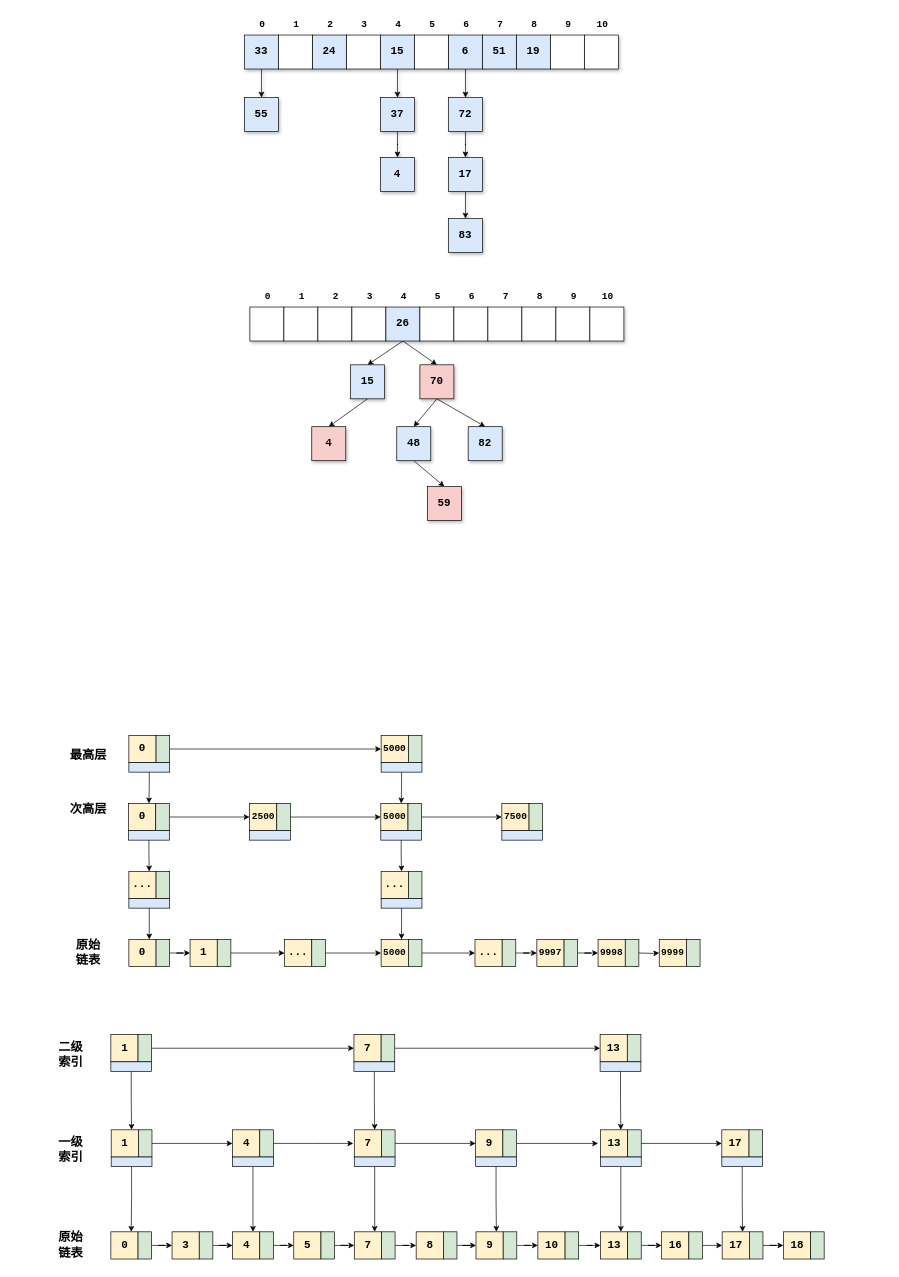
This is algorithm.drawio from Ocsio/draw-io, a draw.io file, before an edit. Source tidied: cells renumbered, new cells numbered last; positions are measured from the earlier drawing's top-left corner, leaving out a move shared by most shapes. Both pictures are drawn from the tidied source at 68%, with x=0, y=0 at pixel (50, 14).
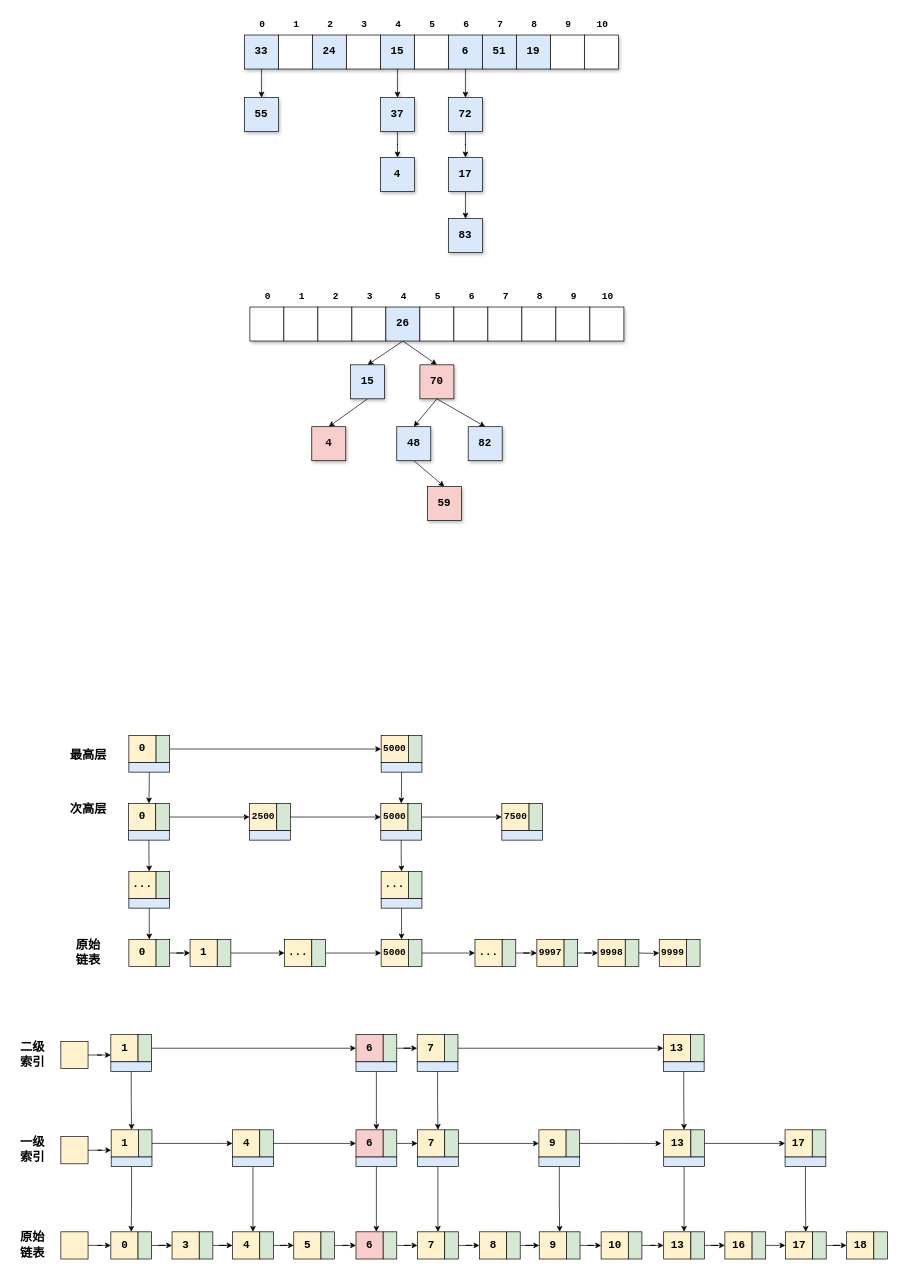
After the change.

The change refers to these unchanged cells:
```xml
<mxCell id="130" value="&lt;b&gt;&lt;font style=&quot;font-size: 16px;&quot; face=&quot;Courier New&quot;&gt;0&lt;/font&gt;&lt;/b&gt;" style="rounded=0;whiteSpace=wrap;html=1;fillColor=#fff2cc;strokeColor=default;" parent="1" vertex="1">
  <mxGeometry x="89.5" y="1790" width="40" height="40" as="geometry" />
</mxCell>
<mxCell id="142" style="rounded=0;whiteSpace=wrap;html=1;fillColor=#d5e8d4;strokeColor=default;" parent="1" vertex="1">
  <mxGeometry x="398.5" y="1790" width="20" height="40" as="geometry" />
</mxCell>
<mxCell id="166" value="&lt;b&gt;&lt;font style=&quot;font-size: 16px;&quot; face=&quot;Courier New&quot;&gt;1&lt;/font&gt;&lt;/b&gt;" style="rounded=0;whiteSpace=wrap;html=1;fillColor=#fff2cc;strokeColor=default;" parent="1" vertex="1">
  <mxGeometry x="90" y="1640" width="40" height="40" as="geometry" />
</mxCell>
<mxCell id="173" style="rounded=0;whiteSpace=wrap;html=1;fillColor=#d5e8d4;strokeColor=default;" parent="1" vertex="1">
  <mxGeometry x="308.5" y="1640" width="20" height="40" as="geometry" />
</mxCell>
<mxCell id="197" value="&lt;b&gt;&lt;font style=&quot;font-size: 16px;&quot; face=&quot;Courier New&quot;&gt;1&lt;/font&gt;&lt;/b&gt;" style="rounded=0;whiteSpace=wrap;html=1;fillColor=#fff2cc;strokeColor=default;" parent="1" vertex="1">
  <mxGeometry x="89.5" y="1500" width="40" height="40" as="geometry" />
</mxCell>
<mxCell id="199" style="rounded=0;whiteSpace=wrap;html=1;fillColor=#d5e8d4;strokeColor=default;" parent="1" vertex="1">
  <mxGeometry x="129.5" y="1500" width="20" height="40" as="geometry" />
</mxCell>
```

Diff of the diagram source:
```diff
@@
     <mxCell id="133" value="&lt;b style=&quot;font-size: 18px;&quot;&gt;&lt;font style=&quot;font-size: 18px;&quot; face=&quot;Courier New&quot;&gt;原始&lt;br&gt;链表&lt;/font&gt;&lt;/b&gt;" style="text;html=1;align=center;verticalAlign=middle;strokeColor=none;fillColor=none;" parent="1" vertex="1">
-      <mxGeometry x="-0.5" y="1780" width="60" height="60" as="geometry" />
+      <mxGeometry x="-56" y="1780" width="60" height="60" as="geometry" />
     </mxCell>
@@
-    <mxCell id="141" style="edgeStyle=orthogonalEdgeStyle;rounded=0;jettySize=auto;html=1;exitX=1;exitY=0.5;exitDx=0;exitDy=0;" parent="1" edge="1" source="142" target="143">
-      <mxGeometry relative="1" as="geometry" />
-    </mxCell>
+    <mxCell id="211" style="edgeStyle=orthogonalEdgeStyle;rounded=0;jettySize=auto;html=1;" parent="1" edge="1" source="142" target="220">
+      <mxGeometry relative="1" as="geometry" />
+    </mxCell>
@@
     <mxCell id="143" value="&lt;b&gt;&lt;font style=&quot;font-size: 16px;&quot; face=&quot;Courier New&quot;&gt;7&lt;/font&gt;&lt;/b&gt;" style="rounded=0;whiteSpace=wrap;html=1;fillColor=#fff2cc;strokeColor=default;" parent="1" vertex="1">
-      <mxGeometry x="447.5" y="1790" width="40" height="40" as="geometry" />
+      <mxGeometry x="540.5" y="1790" width="40" height="40" as="geometry" />
     </mxCell>
@@
     <mxCell id="145" style="rounded=0;whiteSpace=wrap;html=1;fillColor=#d5e8d4;strokeColor=default;" parent="1" vertex="1">
-      <mxGeometry x="487.5" y="1790" width="20" height="40" as="geometry" />
+      <mxGeometry x="580.5" y="1790" width="20" height="40" as="geometry" />
     </mxCell>
     <mxCell id="146" value="&lt;b&gt;&lt;font style=&quot;font-size: 16px;&quot; face=&quot;Courier New&quot;&gt;8&lt;/font&gt;&lt;/b&gt;" style="rounded=0;whiteSpace=wrap;html=1;fillColor=#fff2cc;strokeColor=default;" parent="1" vertex="1">
-      <mxGeometry x="538.5" y="1790" width="40" height="40" as="geometry" />
+      <mxGeometry x="631.5" y="1790" width="40" height="40" as="geometry" />
     </mxCell>
@@
     <mxCell id="148" style="rounded=0;whiteSpace=wrap;html=1;fillColor=#d5e8d4;strokeColor=default;" parent="1" vertex="1">
-      <mxGeometry x="578.5" y="1790" width="20" height="40" as="geometry" />
+      <mxGeometry x="671.5" y="1790" width="20" height="40" as="geometry" />
     </mxCell>
     <mxCell id="149" value="&lt;b&gt;&lt;font style=&quot;font-size: 16px;&quot; face=&quot;Courier New&quot;&gt;9&lt;/font&gt;&lt;/b&gt;" style="rounded=0;whiteSpace=wrap;html=1;fillColor=#fff2cc;strokeColor=default;" parent="1" vertex="1">
-      <mxGeometry x="626.5" y="1790" width="40" height="40" as="geometry" />
+      <mxGeometry x="719.5" y="1790" width="40" height="40" as="geometry" />
     </mxCell>
@@
     <mxCell id="151" style="rounded=0;whiteSpace=wrap;html=1;fillColor=#d5e8d4;strokeColor=default;" parent="1" vertex="1">
-      <mxGeometry x="666.5" y="1790" width="20" height="40" as="geometry" />
+      <mxGeometry x="759.5" y="1790" width="20" height="40" as="geometry" />
     </mxCell>
     <mxCell id="152" value="&lt;b&gt;&lt;font style=&quot;font-size: 16px;&quot; face=&quot;Courier New&quot;&gt;10&lt;/font&gt;&lt;/b&gt;" style="rounded=0;whiteSpace=wrap;html=1;fillColor=#fff2cc;strokeColor=default;" parent="1" vertex="1">
-      <mxGeometry x="717.5" y="1790" width="40" height="40" as="geometry" />
+      <mxGeometry x="810.5" y="1790" width="40" height="40" as="geometry" />
     </mxCell>
@@
     <mxCell id="154" style="rounded=0;whiteSpace=wrap;html=1;fillColor=#d5e8d4;strokeColor=default;" parent="1" vertex="1">
-      <mxGeometry x="757.5" y="1790" width="20" height="40" as="geometry" />
+      <mxGeometry x="850.5" y="1790" width="20" height="40" as="geometry" />
     </mxCell>
     <mxCell id="155" value="&lt;b&gt;&lt;font style=&quot;font-size: 16px;&quot; face=&quot;Courier New&quot;&gt;13&lt;/font&gt;&lt;/b&gt;" style="rounded=0;whiteSpace=wrap;html=1;fillColor=#fff2cc;strokeColor=default;" parent="1" vertex="1">
-      <mxGeometry x="809.5" y="1790" width="40" height="40" as="geometry" />
+      <mxGeometry x="902.5" y="1790" width="40" height="40" as="geometry" />
     </mxCell>
@@
     <mxCell id="157" style="rounded=0;whiteSpace=wrap;html=1;fillColor=#d5e8d4;strokeColor=default;" parent="1" vertex="1">
-      <mxGeometry x="849.5" y="1790" width="20" height="40" as="geometry" />
+      <mxGeometry x="942.5" y="1790" width="20" height="40" as="geometry" />
     </mxCell>
     <mxCell id="158" value="&lt;b&gt;&lt;font style=&quot;font-size: 16px;&quot; face=&quot;Courier New&quot;&gt;16&lt;/font&gt;&lt;/b&gt;" style="rounded=0;whiteSpace=wrap;html=1;fillColor=#fff2cc;strokeColor=default;" parent="1" vertex="1">
-      <mxGeometry x="899.5" y="1790" width="40" height="40" as="geometry" />
+      <mxGeometry x="992.5" y="1790" width="40" height="40" as="geometry" />
     </mxCell>
@@
     <mxCell id="160" style="rounded=0;whiteSpace=wrap;html=1;fillColor=#d5e8d4;strokeColor=default;" parent="1" vertex="1">
-      <mxGeometry x="939.5" y="1790" width="20" height="40" as="geometry" />
+      <mxGeometry x="1032.5" y="1790" width="20" height="40" as="geometry" />
     </mxCell>
     <mxCell id="161" value="&lt;b&gt;&lt;font style=&quot;font-size: 16px;&quot; face=&quot;Courier New&quot;&gt;17&lt;/font&gt;&lt;/b&gt;" style="rounded=0;whiteSpace=wrap;html=1;fillColor=#fff2cc;strokeColor=default;" parent="1" vertex="1">
-      <mxGeometry x="988.5" y="1790" width="40" height="40" as="geometry" />
+      <mxGeometry x="1081.5" y="1790" width="40" height="40" as="geometry" />
     </mxCell>
@@
     <mxCell id="163" style="rounded=0;whiteSpace=wrap;html=1;fillColor=#d5e8d4;strokeColor=default;" parent="1" vertex="1">
-      <mxGeometry x="1028.5" y="1790" width="20" height="40" as="geometry" />
+      <mxGeometry x="1121.5" y="1790" width="20" height="40" as="geometry" />
     </mxCell>
     <mxCell id="164" value="&lt;b&gt;&lt;font style=&quot;font-size: 16px;&quot; face=&quot;Courier New&quot;&gt;18&lt;/font&gt;&lt;/b&gt;" style="rounded=0;whiteSpace=wrap;html=1;fillColor=#fff2cc;strokeColor=default;" parent="1" vertex="1">
-      <mxGeometry x="1078.5" y="1790" width="40" height="40" as="geometry" />
+      <mxGeometry x="1171.5" y="1790" width="40" height="40" as="geometry" />
     </mxCell>
     <mxCell id="165" style="rounded=0;whiteSpace=wrap;html=1;fillColor=#d5e8d4;strokeColor=default;" parent="1" vertex="1">
-      <mxGeometry x="1118.5" y="1790" width="20" height="40" as="geometry" />
+      <mxGeometry x="1211.5" y="1790" width="20" height="40" as="geometry" />
     </mxCell>
@@
-    <mxCell id="172" style="edgeStyle=orthogonalEdgeStyle;rounded=0;jettySize=auto;html=1;" parent="1" edge="1" source="173">
-      <mxGeometry relative="1" as="geometry">
-        <mxPoint x="446" y="1660" as="targetPoint" />
-      </mxGeometry>
-    </mxCell>
+    <mxCell id="212" style="edgeStyle=orthogonalEdgeStyle;rounded=0;jettySize=auto;html=1;entryX=0;entryY=0.5;entryDx=0;entryDy=0;" parent="1" edge="1" source="173" target="223">
+      <mxGeometry relative="1" as="geometry" />
+    </mxCell>
@@
     <mxCell id="176" value="&lt;b&gt;&lt;font style=&quot;font-size: 16px;&quot; face=&quot;Courier New&quot;&gt;7&lt;/font&gt;&lt;/b&gt;" style="rounded=0;whiteSpace=wrap;html=1;fillColor=#fff2cc;strokeColor=default;" parent="1" vertex="1">
-      <mxGeometry x="447.5" y="1640" width="40" height="40" as="geometry" />
+      <mxGeometry x="540.5" y="1640" width="40" height="40" as="geometry" />
     </mxCell>
@@
     <mxCell id="178" style="rounded=0;whiteSpace=wrap;html=1;fillColor=#d5e8d4;strokeColor=default;" parent="1" vertex="1">
-      <mxGeometry x="487.5" y="1640" width="20" height="40" as="geometry" />
+      <mxGeometry x="580.5" y="1640" width="20" height="40" as="geometry" />
     </mxCell>
@@
     <mxCell id="180" style="rounded=0;whiteSpace=wrap;html=1;fillColor=#dae8fc;strokeColor=default;" parent="1" vertex="1">
-      <mxGeometry x="447.5" y="1680" width="60" height="14" as="geometry" />
+      <mxGeometry x="540.5" y="1680" width="60" height="14" as="geometry" />
     </mxCell>
     <mxCell id="181" value="&lt;b&gt;&lt;font style=&quot;font-size: 16px;&quot; face=&quot;Courier New&quot;&gt;9&lt;/font&gt;&lt;/b&gt;" style="rounded=0;whiteSpace=wrap;html=1;fillColor=#fff2cc;strokeColor=default;" parent="1" vertex="1">
-      <mxGeometry x="626" y="1640" width="40" height="40" as="geometry" />
+      <mxGeometry x="719" y="1640" width="40" height="40" as="geometry" />
     </mxCell>
     <mxCell id="182" style="edgeStyle=orthogonalEdgeStyle;rounded=0;jettySize=auto;html=1;" parent="1" edge="1" source="183">
       <mxGeometry relative="1" as="geometry">
-        <mxPoint x="806" y="1660" as="targetPoint" />
+        <mxPoint x="899" y="1660" as="targetPoint" />
       </mxGeometry>
     </mxCell>
     <mxCell id="183" style="rounded=0;whiteSpace=wrap;html=1;fillColor=#d5e8d4;strokeColor=default;" parent="1" vertex="1">
-      <mxGeometry x="666" y="1640" width="20" height="40" as="geometry" />
+      <mxGeometry x="759" y="1640" width="20" height="40" as="geometry" />
     </mxCell>
@@
     <mxCell id="185" style="rounded=0;whiteSpace=wrap;html=1;fillColor=#dae8fc;strokeColor=default;" parent="1" vertex="1">
-      <mxGeometry x="626" y="1680" width="60" height="14" as="geometry" />
+      <mxGeometry x="719" y="1680" width="60" height="14" as="geometry" />
     </mxCell>
     <mxCell id="186" value="&lt;b&gt;&lt;font style=&quot;font-size: 16px;&quot; face=&quot;Courier New&quot;&gt;13&lt;/font&gt;&lt;/b&gt;" style="rounded=0;whiteSpace=wrap;html=1;fillColor=#fff2cc;strokeColor=default;" parent="1" vertex="1">
-      <mxGeometry x="809.5" y="1640" width="40" height="40" as="geometry" />
+      <mxGeometry x="902.5" y="1640" width="40" height="40" as="geometry" />
     </mxCell>
@@
     <mxCell id="188" style="rounded=0;whiteSpace=wrap;html=1;fillColor=#d5e8d4;strokeColor=default;" parent="1" vertex="1">
-      <mxGeometry x="849.5" y="1640" width="20" height="40" as="geometry" />
+      <mxGeometry x="942.5" y="1640" width="20" height="40" as="geometry" />
     </mxCell>
@@
     <mxCell id="190" style="rounded=0;whiteSpace=wrap;html=1;fillColor=#dae8fc;strokeColor=default;" parent="1" vertex="1">
-      <mxGeometry x="809.5" y="1680" width="60" height="14" as="geometry" />
+      <mxGeometry x="902.5" y="1680" width="60" height="14" as="geometry" />
     </mxCell>
     <mxCell id="191" value="&lt;b&gt;&lt;font style=&quot;font-size: 16px;&quot; face=&quot;Courier New&quot;&gt;17&lt;/font&gt;&lt;/b&gt;" style="rounded=0;whiteSpace=wrap;html=1;fillColor=#fff2cc;strokeColor=default;" parent="1" vertex="1">
-      <mxGeometry x="988" y="1640" width="40" height="40" as="geometry" />
+      <mxGeometry x="1081" y="1640" width="40" height="40" as="geometry" />
     </mxCell>
     <mxCell id="192" style="rounded=0;whiteSpace=wrap;html=1;fillColor=#d5e8d4;strokeColor=default;" parent="1" vertex="1">
-      <mxGeometry x="1028" y="1640" width="20" height="40" as="geometry" />
+      <mxGeometry x="1121" y="1640" width="20" height="40" as="geometry" />
     </mxCell>
@@
     <mxCell id="194" style="rounded=0;whiteSpace=wrap;html=1;fillColor=#dae8fc;strokeColor=default;" parent="1" vertex="1">
-      <mxGeometry x="988" y="1680" width="60" height="14" as="geometry" />
+      <mxGeometry x="1081" y="1680" width="60" height="14" as="geometry" />
     </mxCell>
     <mxCell id="195" value="&lt;font face=&quot;Courier New&quot;&gt;&lt;span style=&quot;font-size: 18px;&quot;&gt;&lt;b&gt;一级&lt;br&gt;索引&lt;/b&gt;&lt;/span&gt;&lt;/font&gt;" style="text;html=1;align=center;verticalAlign=middle;strokeColor=none;fillColor=none;" parent="1" vertex="1">
-      <mxGeometry x="-0.5" y="1640" width="60" height="60" as="geometry" />
+      <mxGeometry x="-56" y="1640" width="60" height="60" as="geometry" />
     </mxCell>
     <mxCell id="196" value="&lt;font face=&quot;Courier New&quot;&gt;&lt;span style=&quot;font-size: 18px;&quot;&gt;&lt;b&gt;二级&lt;br&gt;索引&lt;/b&gt;&lt;/span&gt;&lt;/font&gt;" style="text;html=1;align=center;verticalAlign=middle;strokeColor=none;fillColor=none;" parent="1" vertex="1">
-      <mxGeometry x="-0.5" y="1500" width="60" height="60" as="geometry" />
+      <mxGeometry x="-56" y="1500" width="60" height="60" as="geometry" />
     </mxCell>
@@
-    <mxCell id="198" style="edgeStyle=orthogonalEdgeStyle;rounded=0;jettySize=auto;html=1;" parent="1" edge="1" source="199" target="202">
-      <mxGeometry relative="1" as="geometry" />
-    </mxCell>
+    <mxCell id="213" style="edgeStyle=orthogonalEdgeStyle;rounded=0;jettySize=auto;html=1;entryX=0;entryY=0.5;entryDx=0;entryDy=0;" parent="1" edge="1" source="199" target="228">
+      <mxGeometry relative="1" as="geometry" />
+    </mxCell>
@@
     <mxCell id="202" value="&lt;b&gt;&lt;font style=&quot;font-size: 16px;&quot; face=&quot;Courier New&quot;&gt;7&lt;/font&gt;&lt;/b&gt;" style="rounded=0;whiteSpace=wrap;html=1;fillColor=#fff2cc;strokeColor=default;" parent="1" vertex="1">
-      <mxGeometry x="447" y="1500" width="40" height="40" as="geometry" />
+      <mxGeometry x="540" y="1500" width="40" height="40" as="geometry" />
     </mxCell>
@@
     <mxCell id="204" style="rounded=0;whiteSpace=wrap;html=1;fillColor=#d5e8d4;strokeColor=default;" parent="1" vertex="1">
-      <mxGeometry x="487" y="1500" width="20" height="40" as="geometry" />
+      <mxGeometry x="580" y="1500" width="20" height="40" as="geometry" />
     </mxCell>
@@
     <mxCell id="206" style="rounded=0;whiteSpace=wrap;html=1;fillColor=#dae8fc;strokeColor=default;" parent="1" vertex="1">
-      <mxGeometry x="447" y="1540" width="60" height="14" as="geometry" />
+      <mxGeometry x="540" y="1540" width="60" height="14" as="geometry" />
     </mxCell>
     <mxCell id="207" value="&lt;b&gt;&lt;font style=&quot;font-size: 16px;&quot; face=&quot;Courier New&quot;&gt;13&lt;/font&gt;&lt;/b&gt;" style="rounded=0;whiteSpace=wrap;html=1;fillColor=#fff2cc;strokeColor=default;" parent="1" vertex="1">
-      <mxGeometry x="809" y="1500" width="40" height="40" as="geometry" />
+      <mxGeometry x="902" y="1500" width="40" height="40" as="geometry" />
     </mxCell>
     <mxCell id="208" style="rounded=0;whiteSpace=wrap;html=1;fillColor=#d5e8d4;strokeColor=default;" parent="1" vertex="1">
-      <mxGeometry x="849" y="1500" width="20" height="40" as="geometry" />
+      <mxGeometry x="942" y="1500" width="20" height="40" as="geometry" />
     </mxCell>
@@
     <mxCell id="210" style="rounded=0;whiteSpace=wrap;html=1;fillColor=#dae8fc;strokeColor=default;" parent="1" vertex="1">
-      <mxGeometry x="809" y="1540" width="60" height="14" as="geometry" />
+      <mxGeometry x="902" y="1540" width="60" height="14" as="geometry" />
     </mxCell>
+    <mxCell id="214" style="edgeStyle=orthogonalEdgeStyle;rounded=0;jettySize=auto;html=1;entryX=0;entryY=0.75;entryDx=0;entryDy=0;" parent="1" edge="1" source="215" target="197">
+      <mxGeometry relative="1" as="geometry" />
+    </mxCell>
+    <mxCell id="215" style="rounded=0;whiteSpace=wrap;html=1;fillColor=#fff2cc;strokeColor=default;" parent="1" vertex="1">
+      <mxGeometry x="16" y="1510" width="40" height="40" as="geometry" />
+    </mxCell>
+    <mxCell id="216" style="edgeStyle=orthogonalEdgeStyle;rounded=0;jettySize=auto;html=1;entryX=0;entryY=0.75;entryDx=0;entryDy=0;" parent="1" edge="1" source="217" target="166">
+      <mxGeometry relative="1" as="geometry" />
+    </mxCell>
+    <mxCell id="217" style="rounded=0;whiteSpace=wrap;html=1;fillColor=#fff2cc;strokeColor=default;" parent="1" vertex="1">
+      <mxGeometry x="16" y="1650" width="40" height="40" as="geometry" />
+    </mxCell>
+    <mxCell id="218" style="edgeStyle=orthogonalEdgeStyle;rounded=0;jettySize=auto;html=1;" parent="1" edge="1" source="219" target="130">
+      <mxGeometry relative="1" as="geometry" />
+    </mxCell>
+    <mxCell id="219" style="rounded=0;whiteSpace=wrap;html=1;fillColor=#fff2cc;strokeColor=default;" parent="1" vertex="1">
+      <mxGeometry x="16" y="1790" width="40" height="40" as="geometry" />
+    </mxCell>
+    <mxCell id="220" value="&lt;b&gt;&lt;font style=&quot;font-size: 16px;&quot; face=&quot;Courier New&quot;&gt;6&lt;/font&gt;&lt;/b&gt;" style="rounded=0;whiteSpace=wrap;html=1;fillColor=#f8cecc;strokeColor=default;" parent="1" vertex="1">
+      <mxGeometry x="450" y="1790" width="40" height="40" as="geometry" />
+    </mxCell>
+    <mxCell id="221" style="edgeStyle=orthogonalEdgeStyle;rounded=0;jettySize=auto;html=1;" parent="1" edge="1" source="222" target="143">
+      <mxGeometry relative="1" as="geometry" />
+    </mxCell>
+    <mxCell id="222" style="rounded=0;whiteSpace=wrap;html=1;fillColor=#d5e8d4;strokeColor=default;" parent="1" vertex="1">
+      <mxGeometry x="490" y="1790" width="20" height="40" as="geometry" />
+    </mxCell>
+    <mxCell id="223" value="&lt;b&gt;&lt;font style=&quot;font-size: 16px;&quot; face=&quot;Courier New&quot;&gt;6&lt;/font&gt;&lt;/b&gt;" style="rounded=0;whiteSpace=wrap;html=1;fillColor=#f8cecc;strokeColor=default;" parent="1" vertex="1">
+      <mxGeometry x="450" y="1640" width="40" height="40" as="geometry" />
+    </mxCell>
+    <mxCell id="224" style="edgeStyle=orthogonalEdgeStyle;rounded=0;jettySize=auto;html=1;exitX=1;exitY=0.5;exitDx=0;exitDy=0;entryX=0;entryY=0.5;entryDx=0;entryDy=0;" parent="1" edge="1" source="225" target="176">
+      <mxGeometry relative="1" as="geometry" />
+    </mxCell>
+    <mxCell id="225" style="rounded=0;whiteSpace=wrap;html=1;fillColor=#d5e8d4;strokeColor=default;" parent="1" vertex="1">
+      <mxGeometry x="490" y="1640" width="20" height="40" as="geometry" />
+    </mxCell>
+    <mxCell id="226" style="edgeStyle=orthogonalEdgeStyle;rounded=0;jettySize=auto;html=1;entryX=0.75;entryY=0;entryDx=0;entryDy=0;" parent="1" edge="1" source="227" target="220">
+      <mxGeometry relative="1" as="geometry" />
+    </mxCell>
+    <mxCell id="227" style="rounded=0;whiteSpace=wrap;html=1;fillColor=#dae8fc;strokeColor=default;" parent="1" vertex="1">
+      <mxGeometry x="450" y="1680" width="60" height="14" as="geometry" />
+    </mxCell>
+    <mxCell id="228" value="&lt;b&gt;&lt;font style=&quot;font-size: 16px;&quot; face=&quot;Courier New&quot;&gt;6&lt;/font&gt;&lt;/b&gt;" style="rounded=0;whiteSpace=wrap;html=1;fillColor=#f8cecc;strokeColor=default;" parent="1" vertex="1">
+      <mxGeometry x="450" y="1500" width="40" height="40" as="geometry" />
+    </mxCell>
+    <mxCell id="229" style="edgeStyle=orthogonalEdgeStyle;rounded=0;jettySize=auto;html=1;entryX=0;entryY=0.5;entryDx=0;entryDy=0;" parent="1" edge="1" source="230" target="202">
+      <mxGeometry relative="1" as="geometry" />
+    </mxCell>
+    <mxCell id="230" style="rounded=0;whiteSpace=wrap;html=1;fillColor=#d5e8d4;strokeColor=default;" parent="1" vertex="1">
+      <mxGeometry x="490" y="1500" width="20" height="40" as="geometry" />
+    </mxCell>
+    <mxCell id="231" style="edgeStyle=orthogonalEdgeStyle;rounded=0;jettySize=auto;html=1;entryX=0.75;entryY=0;entryDx=0;entryDy=0;" parent="1" edge="1" source="232" target="223">
+      <mxGeometry relative="1" as="geometry" />
+    </mxCell>
+    <mxCell id="232" style="rounded=0;whiteSpace=wrap;html=1;fillColor=#dae8fc;strokeColor=default;" parent="1" vertex="1">
+      <mxGeometry x="450" y="1540" width="60" height="14" as="geometry" />
+    </mxCell>
```
